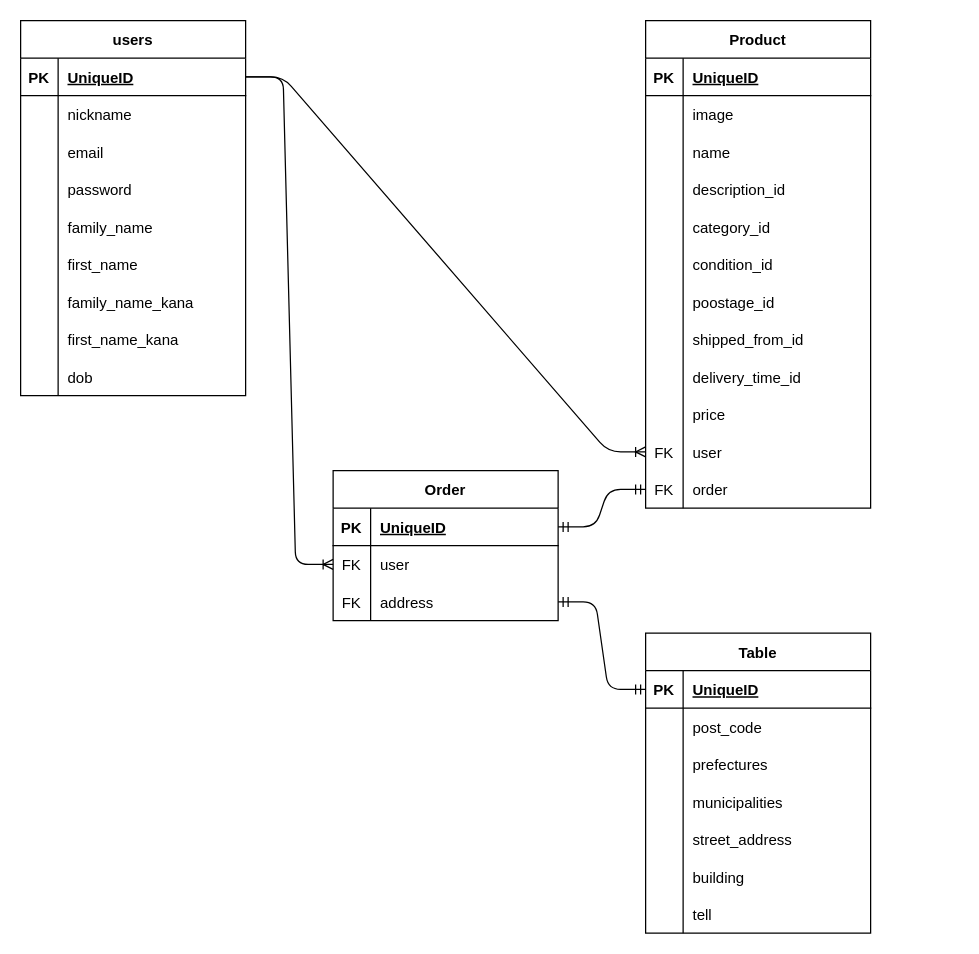
daisukeXIV/furima-40724 keeps this draw.io diagram as table.dio. Above is the earlier version. Source tidied: cells renumbered, new cells numbered last; positions are measured from the earlier drawing's top-left corner, leaving out a move shared by most shapes. Both pictures are drawn from the tidied source at 125%, with x=0, y=0 at pixel (20, 20).
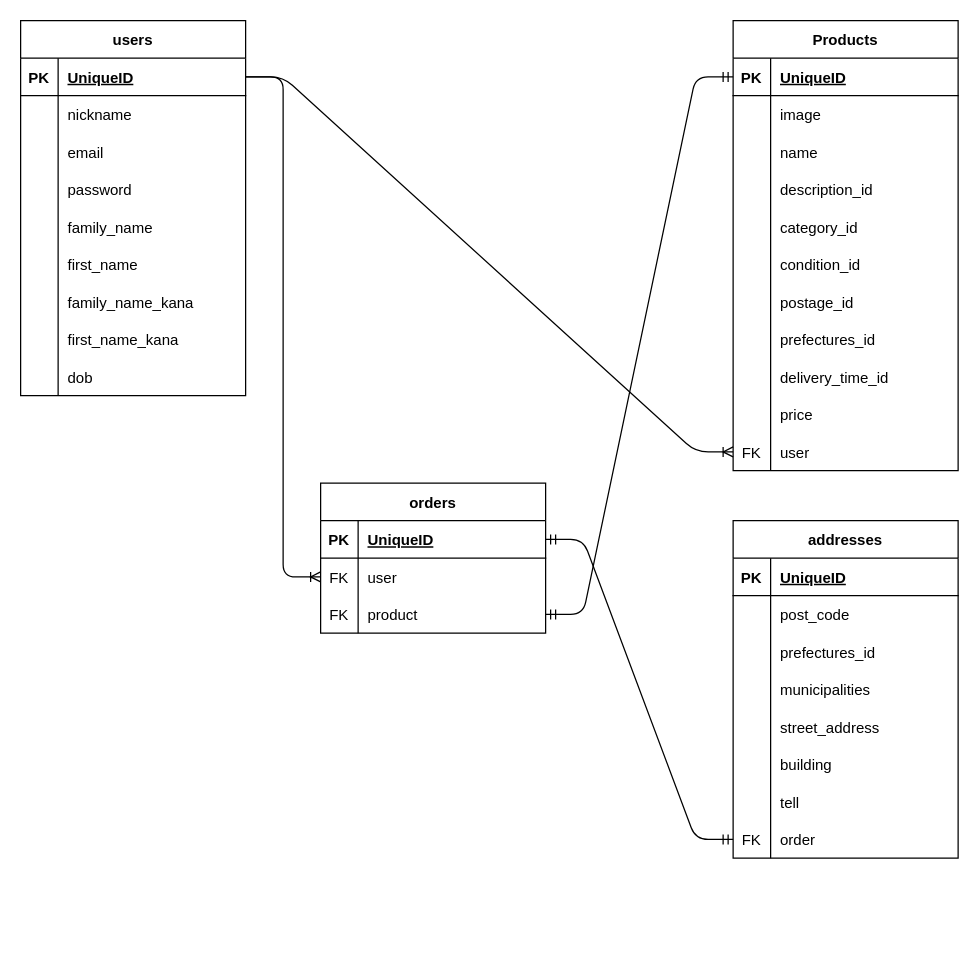
After the change.

Commit message (it also covers changes not shown here):
passwordの記述の修正

Unchanged cells that the change refers to:
```xml
<mxCell id="31" style="shape=tableRow;horizontal=0;startSize=0;swimlaneHead=0;swimlaneBody=0;fillColor=none;points=[[0,0.5],[1,0.5]];portConstraint=eastwest;top=0;left=0;right=0;bottom=1;" parent="30" vertex="1">
  <mxGeometry y="30" width="180" height="30" as="geometry" />
</mxCell>
<mxCell id="49" style="shape=tableRow;horizontal=0;startSize=0;swimlaneHead=0;swimlaneBody=0;fillColor=none;top=0;left=0;right=0;bottom=0;" parent="30" vertex="1">
  <mxGeometry y="210" width="180" height="30" as="geometry" />
</mxCell>
<mxCell id="52" style="shape=tableRow;horizontal=0;startSize=0;swimlaneHead=0;swimlaneBody=0;fillColor=none;top=0;left=0;right=0;bottom=0;" parent="30" vertex="1">
  <mxGeometry y="240" width="180" height="30" as="geometry" />
</mxCell>
<mxCell id="69" style="shape=tableRow;horizontal=0;startSize=0;swimlaneHead=0;swimlaneBody=0;fillColor=none;points=[[0,0.5],[1,0.5]];portConstraint=eastwest;top=0;left=0;right=0;bottom=1;" parent="68" vertex="1">
  <mxGeometry y="30" width="180" height="30" as="geometry" />
</mxCell>
<mxCell id="75" style="shape=tableRow;horizontal=0;startSize=0;swimlaneHead=0;swimlaneBody=0;fillColor=none;points=[[0,0.5],[1,0.5]];portConstraint=eastwest;top=0;left=0;right=0;bottom=0;" parent="68" vertex="1">
  <mxGeometry y="90" width="180" height="30" as="geometry" />
</mxCell>
<mxCell id="81" style="shape=tableRow;horizontal=0;startSize=0;swimlaneHead=0;swimlaneBody=0;fillColor=none;points=[[0,0.5],[1,0.5]];portConstraint=eastwest;top=0;left=0;right=0;bottom=1;" parent="80" vertex="1">
  <mxGeometry y="30" width="180" height="30" as="geometry" />
</mxCell>
<mxCell id="87" style="shape=tableRow;horizontal=0;startSize=0;swimlaneHead=0;swimlaneBody=0;fillColor=none;top=0;left=0;right=0;bottom=0;" parent="80" vertex="1">
  <mxGeometry y="90" width="180" height="30" as="geometry" />
</mxCell>
```

The edit, as a diff of the source:
```diff
@@
-    <mxCell id="30" value="Product" style="shape=table;startSize=30;childLayout=tableLayout;rowLines=0;fontStyle=1;align=center;" parent="1" vertex="1">
-      <mxGeometry x="500" width="180" height="390" as="geometry" />
+    <mxCell id="30" value="Products" style="shape=table;startSize=30;childLayout=tableLayout;rowLines=0;fontStyle=1;align=center;" parent="1" vertex="1">
+      <mxGeometry x="570" width="180" height="360" as="geometry" />
     </mxCell>
@@
-    <mxCell id="51" value="poostage_id" style="shape=partialRectangle;fillColor=none;top=0;left=0;bottom=0;right=0;align=left;spacingLeft=6;overflow=hidden;" parent="49" vertex="1">
+    <mxCell id="51" value="postage_id" style="shape=partialRectangle;fillColor=none;top=0;left=0;bottom=0;right=0;align=left;spacingLeft=6;overflow=hidden;" parent="49" vertex="1">
       <mxGeometry x="30" width="150" height="30" as="geometry" />
     </mxCell>
@@
-    <mxCell id="54" value="shipped_from_id" style="shape=partialRectangle;fillColor=none;top=0;left=0;bottom=0;right=0;align=left;spacingLeft=6;overflow=hidden;" parent="52" vertex="1">
+    <mxCell id="54" value="prefectures_id" style="shape=partialRectangle;fillColor=none;top=0;left=0;bottom=0;right=0;align=left;spacingLeft=6;overflow=hidden;" parent="52" vertex="1">
       <mxGeometry x="30" width="150" height="30" as="geometry" />
     </mxCell>
@@
-    <mxCell id="64" style="shape=tableRow;horizontal=0;startSize=0;swimlaneHead=0;swimlaneBody=0;fillColor=none;points=[[0,0.5],[1,0.5]];portConstraint=eastwest;top=0;left=0;right=0;bottom=0;" parent="30" vertex="1">
-      <mxGeometry y="360" width="180" height="30" as="geometry" />
-    </mxCell>
-    <mxCell id="65" value="FK" style="shape=partialRectangle;fillColor=none;top=0;left=0;bottom=0;right=0;fontStyle=0;overflow=hidden;" parent="64" vertex="1">
-      <mxGeometry width="30" height="30" as="geometry" />
-    </mxCell>
-    <mxCell id="66" value="order" style="shape=partialRectangle;fillColor=none;top=0;left=0;bottom=0;right=0;align=left;spacingLeft=6;fontStyle=0;overflow=hidden;" parent="64" vertex="1">
-      <mxGeometry x="30" width="150" height="30" as="geometry" />
-    </mxCell>
@@
-    <mxCell id="68" value="Order" style="shape=table;startSize=30;childLayout=tableLayout;rowLines=0;fontStyle=1;align=center;" parent="1" vertex="1">
-      <mxGeometry x="250" y="360" width="180" height="120" as="geometry" />
+    <mxCell id="68" value="orders" style="shape=table;startSize=30;childLayout=tableLayout;rowLines=0;fontStyle=1;align=center;" parent="1" vertex="1">
+      <mxGeometry x="240" y="370" width="180" height="120" as="geometry" />
     </mxCell>
@@
-    <mxCell id="77" value="address" style="shape=partialRectangle;fillColor=none;top=0;left=0;bottom=0;right=0;align=left;spacingLeft=6;fontStyle=0;overflow=hidden;" parent="75" vertex="1">
+    <mxCell id="77" value="product" style="shape=partialRectangle;fillColor=none;top=0;left=0;bottom=0;right=0;align=left;spacingLeft=6;fontStyle=0;overflow=hidden;" parent="75" vertex="1">
       <mxGeometry x="30" width="150" height="30" as="geometry" />
     </mxCell>
@@
-    <mxCell id="79" style="edgeStyle=entityRelationEdgeStyle;fontSize=12;html=1;endArrow=ERmandOne;startArrow=ERmandOne;entryX=0;entryY=0.5;entryDx=0;entryDy=0;exitX=1;exitY=0.5;exitDx=0;exitDy=0;" parent="1" edge="1" source="69" target="64">
+    <mxCell id="79" style="edgeStyle=entityRelationEdgeStyle;fontSize=12;html=1;endArrow=ERmandOne;startArrow=ERmandOne;entryX=0;entryY=0.5;entryDx=0;entryDy=0;exitX=1;exitY=0.5;exitDx=0;exitDy=0;" parent="1" edge="1" source="75" target="31">
       <mxGeometry relative="1" as="geometry" />
     </mxCell>
-    <mxCell id="80" value="Table" style="shape=table;startSize=30;childLayout=tableLayout;rowLines=0;fontStyle=1;align=center;" parent="1" vertex="1">
-      <mxGeometry x="500" y="490" width="180" height="240" as="geometry" />
+    <mxCell id="80" value="addresses" style="shape=table;startSize=30;childLayout=tableLayout;rowLines=0;fontStyle=1;align=center;" parent="1" vertex="1">
+      <mxGeometry x="570" y="400" width="180" height="270" as="geometry" />
     </mxCell>
@@
-    <mxCell id="89" value="prefectures" style="shape=partialRectangle;fillColor=none;top=0;left=0;bottom=0;right=0;align=left;spacingLeft=6;overflow=hidden;" parent="87" vertex="1">
+    <mxCell id="89" value="prefectures_id" style="shape=partialRectangle;fillColor=none;top=0;left=0;bottom=0;right=0;align=left;spacingLeft=6;overflow=hidden;" parent="87" vertex="1">
       <mxGeometry x="30" width="150" height="30" as="geometry" />
     </mxCell>
@@
+    <mxCell id="103" style="shape=tableRow;horizontal=0;startSize=0;swimlaneHead=0;swimlaneBody=0;fillColor=none;points=[[0,0.5],[1,0.5]];portConstraint=eastwest;top=0;left=0;right=0;bottom=0;" parent="80" vertex="1">
+      <mxGeometry y="240" width="180" height="30" as="geometry" />
+    </mxCell>
+    <mxCell id="65" value="FK" style="shape=partialRectangle;fillColor=none;top=0;left=0;bottom=0;right=0;fontStyle=0;overflow=hidden;" parent="103" vertex="1">
+      <mxGeometry width="30" height="30" as="geometry" />
+    </mxCell>
+    <mxCell id="66" value="order" style="shape=partialRectangle;fillColor=none;top=0;left=0;bottom=0;right=0;align=left;spacingLeft=6;fontStyle=0;overflow=hidden;" parent="103" vertex="1">
+      <mxGeometry x="30" width="150" height="30" as="geometry" />
+    </mxCell>
-    <mxCell id="102" style="edgeStyle=entityRelationEdgeStyle;fontSize=12;html=1;endArrow=ERmandOne;startArrow=ERmandOne;exitX=1;exitY=0.5;exitDx=0;exitDy=0;entryX=0;entryY=0.5;entryDx=0;entryDy=0;" parent="1" edge="1" source="75" target="81">
+    <mxCell id="102" style="edgeStyle=entityRelationEdgeStyle;fontSize=12;html=1;endArrow=ERmandOne;startArrow=ERmandOne;exitX=1;exitY=0.5;exitDx=0;exitDy=0;entryX=0;entryY=0.5;entryDx=0;entryDy=0;" parent="1" edge="1" source="69" target="103">
       <mxGeometry relative="1" as="geometry" />
     </mxCell>
```
